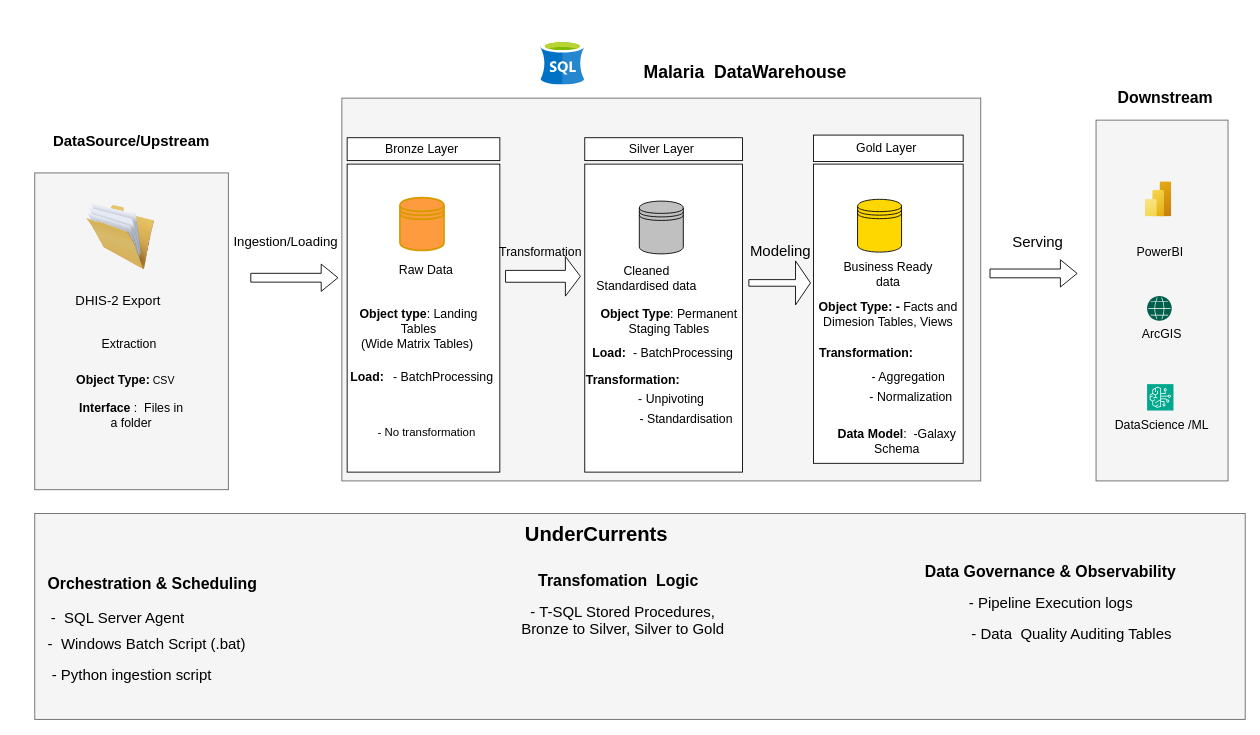
Above: page "Page-1" (1 of 3) of Design/Design.drawio in bashirssimbwa/malaria_DataWareHouse (draw.io), before the change. Source tidied: cells renumbered, new cells numbered last; positions are measured from the earlier drawing's top-left corner, leaving out a move shared by most shapes. Both pictures are drawn from the tidied source at 88%, with x=0, y=0 at pixel (15, 40). Pictures stored in the file or linked from it are replaced by grey dashed boxes.
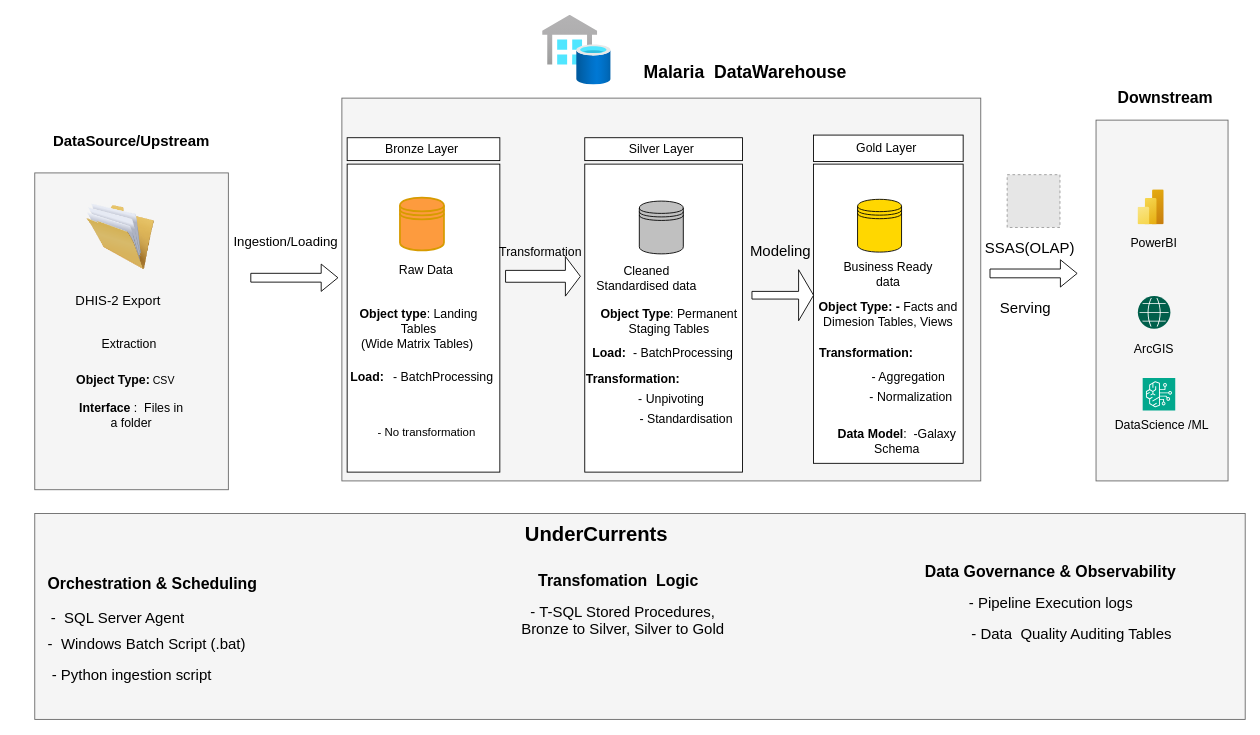
Above is the later version.

What changed in the source:
```diff
@@
     <mxCell id="13" style="image;html=1;align=center;fontSize=12;image=img/lib/azure2/analytics/Power_BI_Embedded.svg;" parent="1" vertex="1">
-      <mxGeometry x="1284" y="160" width="30" height="40" as="geometry" />
+      <mxGeometry x="1275.5" y="169" width="30" height="40" as="geometry" />
     </mxCell>
     <mxCell id="14" style="sketch=0;fontColor=#232F3E;fillColor=#01A88D;strokeColor=#ffffff;dashed=0;verticalLabelPosition=bottom;verticalAlign=top;align=center;html=1;fontSize=12;fontStyle=0;shape=mxgraph.aws4.resourceIcon;resIcon=mxgraph.aws4.bedrock;" parent="1" vertex="1">
-      <mxGeometry x="1286" y="390" width="30" height="30" as="geometry" />
+      <mxGeometry x="1281" y="383" width="37" height="37" as="geometry" />
     </mxCell>
     <mxCell id="15" style="sketch=0;shadow=0;dashed=0;html=1;strokeColor=none;fillColor=#005F4B;labelPosition=center;verticalLabelPosition=bottom;verticalAlign=top;align=center;shape=mxgraph.veeam2.globe;" parent="1" vertex="1">
-      <mxGeometry x="1286" y="290" width="28" height="28" as="geometry" />
+      <mxGeometry x="1275.5" y="290" width="37" height="37" as="geometry" />
     </mxCell>
     <mxCell id="16" value="PowerBI" style="text;html=1;whiteSpace=wrap;strokeColor=none;fillColor=none;align=center;verticalAlign=middle;rounded=0;fontSize=14;" parent="1" vertex="1">
-      <mxGeometry x="1271" y="230" width="60" height="20" as="geometry" />
+      <mxGeometry x="1264" y="220" width="60" height="20" as="geometry" />
     </mxCell>
     <mxCell id="17" value="ArcGIS" style="text;html=1;whiteSpace=wrap;strokeColor=none;fillColor=none;align=center;verticalAlign=middle;rounded=0;fontSize=14;" parent="1" vertex="1">
-      <mxGeometry x="1273" y="323" width="60" height="20" as="geometry" />
+      <mxGeometry x="1264" y="340" width="60" height="20" as="geometry" />
     </mxCell>
@@
     <mxCell id="21" style="shape=singleArrow;whiteSpace=wrap;html=1;arrowWidth=0.1503022904829595;arrowSize=0.2428571428571461;" parent="1" vertex="1">
-      <mxGeometry x="833.5" y="250" width="70" height="50" as="geometry" />
+      <mxGeometry x="837" y="260" width="70" height="58" as="geometry" />
     </mxCell>
@@
-    <mxCell id="23" style="image;sketch=0;html=1;align=center;fontSize=12;image=img/lib/mscae/dep/SQL_Server_Stretch_DB.svg;" parent="1" vertex="1">
-      <mxGeometry x="597" width="50" height="50" as="geometry" />
-    </mxCell>
@@
     <mxCell id="29" value="Serving" style="text;html=1;whiteSpace=wrap;strokeColor=none;fillColor=none;align=center;verticalAlign=middle;rounded=0;fontSize=17;" parent="1" vertex="1">
-      <mxGeometry x="1127" y="215" width="70" height="30" as="geometry" />
+      <mxGeometry x="1113" y="290" width="70" height="30" as="geometry" />
     </mxCell>
@@
     <mxCell id="59" value="&lt;b&gt;&lt;font style=&quot;font-size: 14px;&quot;&gt;Transformation:&lt;/font&gt;&lt;/b&gt;" style="text;html=1;whiteSpace=wrap;strokeColor=none;fillColor=none;align=center;verticalAlign=middle;rounded=0;" parent="1" vertex="1">
-      <mxGeometry x="652" y="370" width="100" height="30" as="geometry" />
+      <mxGeometry x="652" y="367" width="100" height="33" as="geometry" />
     </mxCell>
@@
+    <mxCell id="66" style="image;html=1;align=center;fontSize=12;image=img/lib/azure2/integration/SQL_Data_Warehouses.svg;" parent="1" vertex="1">
+      <mxGeometry x="599" y="-29.2" width="78" height="79.2" as="geometry" />
+    </mxCell>
+    <mxCell id="67" style="fillColor=#E6E6E6;strokeColor=#999999;dashed=1;verticalLabelPosition=bottom;labelBackgroundColor=default;verticalAlign=top;" parent="1" vertex="1">
+      <mxGeometry x="1127" y="152" width="60" height="60" as="geometry" />
+    </mxCell>
+    <mxCell id="68" value="&lt;font style=&quot;font-size: 17px;&quot;&gt;SSAS(OLAP)&lt;/font&gt;" style="text;html=1;whiteSpace=wrap;strokeColor=none;fillColor=none;align=center;verticalAlign=middle;rounded=0;" parent="1" vertex="1">
+      <mxGeometry x="1123" y="221" width="60" height="30" as="geometry" />
+    </mxCell>
```
